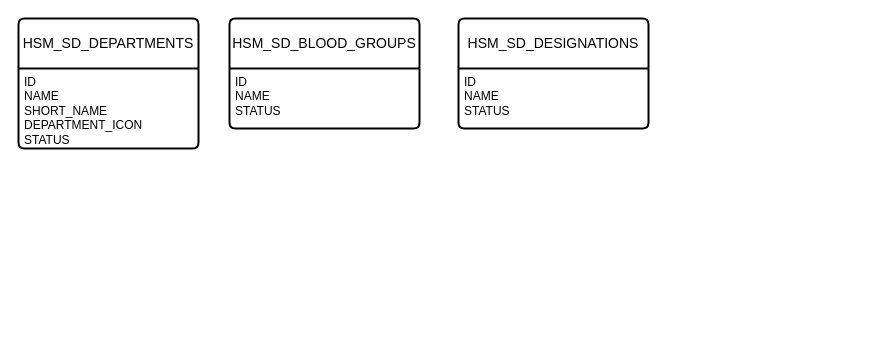
Earlier version of the draw.io diagram Documents/DB Design/EyeHospitalMIS-DB-Design.drawio (MahfuzNazib/EyeHospitalMIS). Source tidied: cells renumbered, new cells numbered last; positions are measured from the earlier drawing's top-left corner, leaving out a move shared by most shapes. Both pictures are drawn from the tidied source at 100%, with x=0, y=0 at pixel (18, 18).
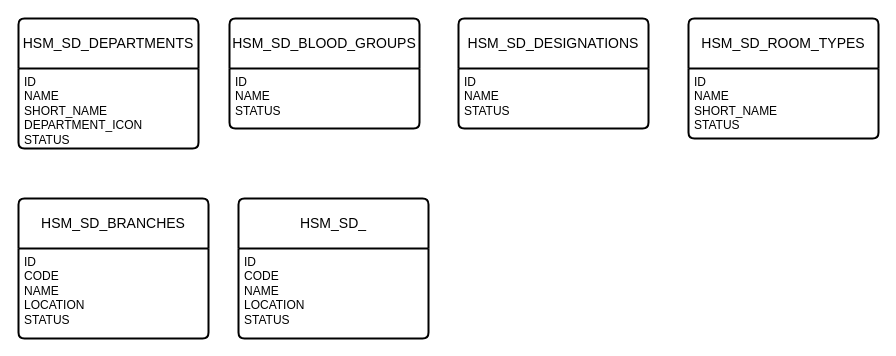
The same page after the edit.

What changed in the source:
```diff
@@
 <mxGraphModel>
   <root>
     <mxCell id="0" />
     <mxCell id="1" parent="0" />
     <mxCell id="2" value="HSM_SD_DEPARTMENTS" style="swimlane;horizontal=1;startSize=50;rounded=1;fontSize=14;fontStyle=0;strokeWidth=2;shadow=0;dashed=0;align=center;arcSize=4;whiteSpace=wrap;html=1;" parent="1" vertex="1">
       <mxGeometry width="180" height="130" as="geometry" />
     </mxCell>
     <mxCell id="3" value="ID&lt;br&gt;NAME&lt;br&gt;SHORT_NAME&lt;br&gt;DEPARTMENT_ICON&lt;br&gt;STATUS" style="align=left;strokeColor=none;fillColor=none;spacingLeft=4;fontSize=12;verticalAlign=top;html=1;" parent="2" vertex="1">
       <mxGeometry y="50" width="180" height="80" as="geometry" />
     </mxCell>
     <mxCell id="4" value="HSM_SD_BLOOD_GROUPS" style="swimlane;horizontal=1;startSize=50;rounded=1;fontSize=14;fontStyle=0;strokeWidth=2;shadow=0;dashed=0;align=center;arcSize=4;whiteSpace=wrap;html=1;" parent="1" vertex="1">
       <mxGeometry x="211" width="190" height="110" as="geometry" />
     </mxCell>
     <mxCell id="5" value="ID&lt;br&gt;NAME&lt;br&gt;STATUS" style="align=left;strokeColor=none;fillColor=none;spacingLeft=4;fontSize=12;verticalAlign=top;html=1;" parent="4" vertex="1">
       <mxGeometry y="50" width="190" height="60" as="geometry" />
     </mxCell>
     <mxCell id="6" value="HSM_SD_DESIGNATIONS" style="swimlane;horizontal=1;startSize=50;rounded=1;fontSize=14;fontStyle=0;strokeWidth=2;shadow=0;dashed=0;align=center;arcSize=4;whiteSpace=wrap;html=1;" parent="1" vertex="1">
       <mxGeometry x="440" width="190" height="110" as="geometry" />
     </mxCell>
     <mxCell id="7" value="ID&lt;br&gt;NAME&lt;br&gt;STATUS" style="align=left;strokeColor=none;fillColor=none;spacingLeft=4;fontSize=12;verticalAlign=top;html=1;" parent="6" vertex="1">
       <mxGeometry y="50" width="190" height="60" as="geometry" />
     </mxCell>
+    <mxCell id="8" value="HSM_SD_BRANCHES" style="swimlane;horizontal=1;startSize=50;rounded=1;fontSize=14;fontStyle=0;strokeWidth=2;shadow=0;dashed=0;align=center;arcSize=4;whiteSpace=wrap;html=1;" parent="1" vertex="1">
+      <mxGeometry y="180" width="190" height="140" as="geometry" />
+    </mxCell>
+    <mxCell id="9" value="ID&lt;br&gt;CODE&lt;br&gt;NAME&lt;br&gt;LOCATION&lt;br&gt;STATUS&lt;br&gt;" style="align=left;strokeColor=none;fillColor=none;spacingLeft=4;fontSize=12;verticalAlign=top;html=1;" parent="8" vertex="1">
+      <mxGeometry y="50" width="190" height="90" as="geometry" />
+    </mxCell>
+    <mxCell id="10" value="HSM_SD_" style="swimlane;horizontal=1;startSize=50;rounded=1;fontSize=14;fontStyle=0;strokeWidth=2;shadow=0;dashed=0;align=center;arcSize=4;whiteSpace=wrap;html=1;" parent="1" vertex="1">
+      <mxGeometry x="220" y="180" width="190" height="140" as="geometry" />
+    </mxCell>
+    <mxCell id="11" value="ID&lt;br&gt;CODE&lt;br&gt;NAME&lt;br&gt;LOCATION&lt;br&gt;STATUS&lt;br&gt;" style="align=left;strokeColor=none;fillColor=none;spacingLeft=4;fontSize=12;verticalAlign=top;html=1;" parent="10" vertex="1">
+      <mxGeometry y="50" width="190" height="90" as="geometry" />
+    </mxCell>
+    <mxCell id="12" value="HSM_SD_ROOM_TYPES" style="swimlane;horizontal=1;startSize=50;rounded=1;fontSize=14;fontStyle=0;strokeWidth=2;shadow=0;dashed=0;align=center;arcSize=4;whiteSpace=wrap;html=1;" parent="1" vertex="1">
+      <mxGeometry x="670" width="190" height="120" as="geometry" />
+    </mxCell>
+    <mxCell id="13" value="ID&lt;br&gt;NAME&lt;br&gt;SHORT_NAME&lt;br&gt;STATUS" style="align=left;strokeColor=none;fillColor=none;spacingLeft=4;fontSize=12;verticalAlign=top;html=1;" parent="12" vertex="1">
+      <mxGeometry y="50" width="190" height="70" as="geometry" />
+    </mxCell>
   </root>
 </mxGraphModel>
```
